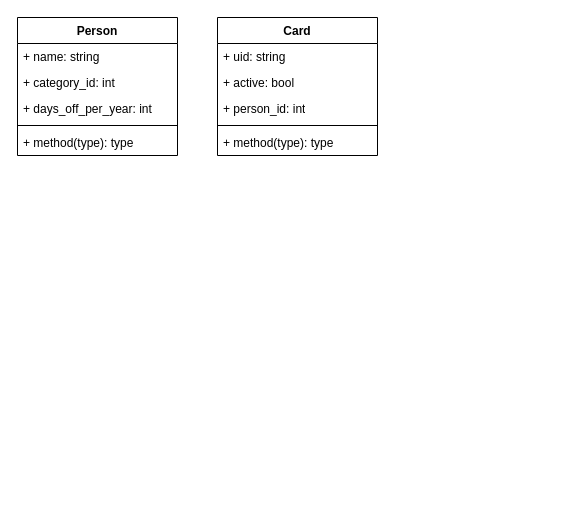
FrShao/TimeManager keeps this draw.io diagram as TimeManagerMLD.drawio. Above is the earlier version. Source tidied: cells renumbered, new cells numbered last; positions are measured from the earlier drawing's top-left corner, leaving out a move shared by most shapes. Both pictures are drawn from the tidied source at 100%, with x=0, y=0 at pixel (17, 17).
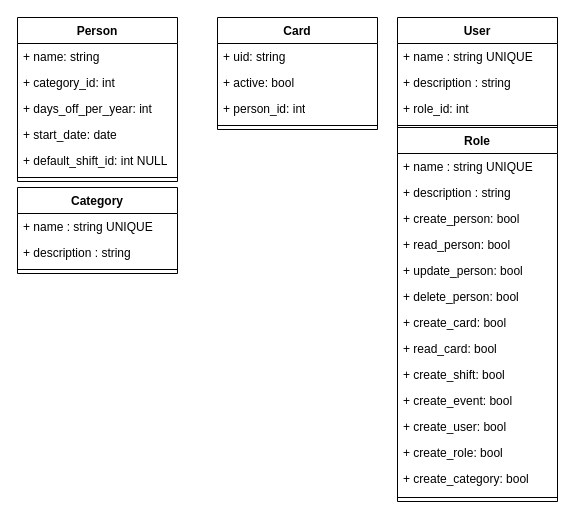
After the change.

Commit message:
Mettre à jour TimeManagerMLD.drawio

Diff of the diagram source:
```diff
@@
     <mxCell id="2" value="Person" style="swimlane;fontStyle=1;align=center;verticalAlign=top;horizontal=1;startSize=26;whiteSpace=wrap;html=1;" parent="1" vertex="1">
-      <mxGeometry width="160" height="138" as="geometry" />
+      <mxGeometry width="160" height="164" as="geometry" />
     </mxCell>
@@
+    <mxCell id="14" value="+ start_date&lt;span style=&quot;background-color: initial;&quot;&gt;: date&lt;/span&gt;" style="text;strokeColor=none;fillColor=none;align=left;verticalAlign=top;spacingLeft=4;spacingRight=4;overflow=hidden;whiteSpace=wrap;html=1;" parent="2" vertex="1">
+      <mxGeometry y="104" width="160" height="26" as="geometry" />
+    </mxCell>
+    <mxCell id="15" value="+ default_shift_id: int NULL" style="text;strokeColor=none;fillColor=none;align=left;verticalAlign=top;spacingLeft=4;spacingRight=4;overflow=hidden;whiteSpace=wrap;html=1;" parent="2" vertex="1">
+      <mxGeometry y="130" width="160" height="26" as="geometry" />
+    </mxCell>
     <mxCell id="6" style="line;strokeWidth=1;fillColor=none;align=left;verticalAlign=middle;spacingTop=-1;spacingLeft=3;spacingRight=3;labelPosition=right;strokeColor=inherit;" parent="2" vertex="1">
-      <mxGeometry y="104" width="160" height="8" as="geometry" />
+      <mxGeometry y="156" width="160" height="8" as="geometry" />
     </mxCell>
-    <mxCell id="7" value="+ method(type): type" style="text;strokeColor=none;fillColor=none;align=left;verticalAlign=top;spacingLeft=4;spacingRight=4;overflow=hidden;whiteSpace=wrap;html=1;" parent="2" vertex="1">
-      <mxGeometry y="112" width="160" height="26" as="geometry" />
-    </mxCell>
     <mxCell id="8" value="Card" style="swimlane;fontStyle=1;align=center;verticalAlign=top;horizontal=1;startSize=26;whiteSpace=wrap;html=1;" parent="1" vertex="1">
-      <mxGeometry x="200" width="160" height="138" as="geometry" />
+      <mxGeometry x="200" width="160" height="112" as="geometry" />
     </mxCell>
@@
-    <mxCell id="13" value="+ method(type): type" style="text;strokeColor=none;fillColor=none;align=left;verticalAlign=top;spacingLeft=4;spacingRight=4;overflow=hidden;whiteSpace=wrap;html=1;" parent="8" vertex="1">
-      <mxGeometry y="112" width="160" height="26" as="geometry" />
-    </mxCell>
+    <mxCell id="16" value="User" style="swimlane;fontStyle=1;align=center;verticalAlign=top;horizontal=1;startSize=26;whiteSpace=wrap;html=1;" parent="1" vertex="1">
+      <mxGeometry x="380" width="160" height="112" as="geometry" />
+    </mxCell>
+    <mxCell id="17" value="+ name : string UNIQUE" style="text;strokeColor=none;fillColor=none;align=left;verticalAlign=top;spacingLeft=4;spacingRight=4;overflow=hidden;whiteSpace=wrap;html=1;" parent="16" vertex="1">
+      <mxGeometry y="26" width="160" height="26" as="geometry" />
+    </mxCell>
+    <mxCell id="18" value="+ description : string" style="text;strokeColor=none;fillColor=none;align=left;verticalAlign=top;spacingLeft=4;spacingRight=4;overflow=hidden;whiteSpace=wrap;html=1;" parent="16" vertex="1">
+      <mxGeometry y="52" width="160" height="26" as="geometry" />
+    </mxCell>
+    <mxCell id="19" value="+ role_id: int" style="text;strokeColor=none;fillColor=none;align=left;verticalAlign=top;spacingLeft=4;spacingRight=4;overflow=hidden;whiteSpace=wrap;html=1;" parent="16" vertex="1">
+      <mxGeometry y="78" width="160" height="26" as="geometry" />
+    </mxCell>
+    <mxCell id="20" style="line;strokeWidth=1;fillColor=none;align=left;verticalAlign=middle;spacingTop=-1;spacingLeft=3;spacingRight=3;labelPosition=right;strokeColor=inherit;" parent="16" vertex="1">
+      <mxGeometry y="104" width="160" height="8" as="geometry" />
+    </mxCell>
+    <mxCell id="21" value="Role" style="swimlane;fontStyle=1;align=center;verticalAlign=top;horizontal=1;startSize=26;whiteSpace=wrap;html=1;" parent="1" vertex="1">
+      <mxGeometry x="380" y="110" width="160" height="374" as="geometry" />
+    </mxCell>
+    <mxCell id="22" value="+ name : string UNIQUE" style="text;strokeColor=none;fillColor=none;align=left;verticalAlign=top;spacingLeft=4;spacingRight=4;overflow=hidden;whiteSpace=wrap;html=1;" parent="21" vertex="1">
+      <mxGeometry y="26" width="160" height="26" as="geometry" />
+    </mxCell>
+    <mxCell id="23" value="+ description : string" style="text;strokeColor=none;fillColor=none;align=left;verticalAlign=top;spacingLeft=4;spacingRight=4;overflow=hidden;whiteSpace=wrap;html=1;" parent="21" vertex="1">
+      <mxGeometry y="52" width="160" height="26" as="geometry" />
+    </mxCell>
+    <mxCell id="24" value="+ create_person: bool" style="text;strokeColor=none;fillColor=none;align=left;verticalAlign=top;spacingLeft=4;spacingRight=4;overflow=hidden;whiteSpace=wrap;html=1;" parent="21" vertex="1">
+      <mxGeometry y="78" width="160" height="26" as="geometry" />
+    </mxCell>
+    <mxCell id="25" value="+ read_person: bool" style="text;strokeColor=none;fillColor=none;align=left;verticalAlign=top;spacingLeft=4;spacingRight=4;overflow=hidden;whiteSpace=wrap;html=1;" parent="21" vertex="1">
+      <mxGeometry y="104" width="160" height="26" as="geometry" />
+    </mxCell>
+    <mxCell id="26" value="+ update_person: bool" style="text;strokeColor=none;fillColor=none;align=left;verticalAlign=top;spacingLeft=4;spacingRight=4;overflow=hidden;whiteSpace=wrap;html=1;" parent="21" vertex="1">
+      <mxGeometry y="130" width="160" height="26" as="geometry" />
+    </mxCell>
+    <mxCell id="27" value="+ delete_person: bool" style="text;strokeColor=none;fillColor=none;align=left;verticalAlign=top;spacingLeft=4;spacingRight=4;overflow=hidden;whiteSpace=wrap;html=1;" parent="21" vertex="1">
+      <mxGeometry y="156" width="160" height="26" as="geometry" />
+    </mxCell>
+    <mxCell id="28" value="+ create_card: bool" style="text;strokeColor=none;fillColor=none;align=left;verticalAlign=top;spacingLeft=4;spacingRight=4;overflow=hidden;whiteSpace=wrap;html=1;" parent="21" vertex="1">
+      <mxGeometry y="182" width="160" height="26" as="geometry" />
+    </mxCell>
+    <mxCell id="29" value="+ read_card: bool" style="text;strokeColor=none;fillColor=none;align=left;verticalAlign=top;spacingLeft=4;spacingRight=4;overflow=hidden;whiteSpace=wrap;html=1;" parent="21" vertex="1">
+      <mxGeometry y="208" width="160" height="26" as="geometry" />
+    </mxCell>
+    <mxCell id="30" value="+ create_shift: bool" style="text;strokeColor=none;fillColor=none;align=left;verticalAlign=top;spacingLeft=4;spacingRight=4;overflow=hidden;whiteSpace=wrap;html=1;" parent="21" vertex="1">
+      <mxGeometry y="234" width="160" height="26" as="geometry" />
+    </mxCell>
+    <mxCell id="31" value="+ create_event: bool" style="text;strokeColor=none;fillColor=none;align=left;verticalAlign=top;spacingLeft=4;spacingRight=4;overflow=hidden;whiteSpace=wrap;html=1;" parent="21" vertex="1">
+      <mxGeometry y="260" width="160" height="26" as="geometry" />
+    </mxCell>
+    <mxCell id="32" value="+ create_user: bool" style="text;strokeColor=none;fillColor=none;align=left;verticalAlign=top;spacingLeft=4;spacingRight=4;overflow=hidden;whiteSpace=wrap;html=1;" parent="21" vertex="1">
+      <mxGeometry y="286" width="160" height="26" as="geometry" />
+    </mxCell>
+    <mxCell id="33" value="+ create_role: bool" style="text;strokeColor=none;fillColor=none;align=left;verticalAlign=top;spacingLeft=4;spacingRight=4;overflow=hidden;whiteSpace=wrap;html=1;" parent="21" vertex="1">
+      <mxGeometry y="312" width="160" height="26" as="geometry" />
+    </mxCell>
+    <mxCell id="34" value="+ create_category: bool" style="text;strokeColor=none;fillColor=none;align=left;verticalAlign=top;spacingLeft=4;spacingRight=4;overflow=hidden;whiteSpace=wrap;html=1;" parent="21" vertex="1">
+      <mxGeometry y="338" width="160" height="28" as="geometry" />
+    </mxCell>
+    <mxCell id="35" style="line;strokeWidth=1;fillColor=none;align=left;verticalAlign=middle;spacingTop=-1;spacingLeft=3;spacingRight=3;labelPosition=right;strokeColor=inherit;" parent="21" vertex="1">
+      <mxGeometry y="366" width="160" height="8" as="geometry" />
+    </mxCell>
+    <mxCell id="36" value="Category" style="swimlane;fontStyle=1;align=center;verticalAlign=top;horizontal=1;startSize=26;whiteSpace=wrap;html=1;" parent="1" vertex="1">
+      <mxGeometry y="170" width="160" height="86" as="geometry" />
+    </mxCell>
+    <mxCell id="37" value="+ name : string UNIQUE" style="text;strokeColor=none;fillColor=none;align=left;verticalAlign=top;spacingLeft=4;spacingRight=4;overflow=hidden;whiteSpace=wrap;html=1;" parent="36" vertex="1">
+      <mxGeometry y="26" width="160" height="26" as="geometry" />
+    </mxCell>
+    <mxCell id="38" value="+ description : string" style="text;strokeColor=none;fillColor=none;align=left;verticalAlign=top;spacingLeft=4;spacingRight=4;overflow=hidden;whiteSpace=wrap;html=1;" parent="36" vertex="1">
+      <mxGeometry y="52" width="160" height="26" as="geometry" />
+    </mxCell>
+    <mxCell id="39" style="line;strokeWidth=1;fillColor=none;align=left;verticalAlign=middle;spacingTop=-1;spacingLeft=3;spacingRight=3;labelPosition=right;strokeColor=inherit;" parent="36" vertex="1">
+      <mxGeometry y="78" width="160" height="8" as="geometry" />
+    </mxCell>
```
